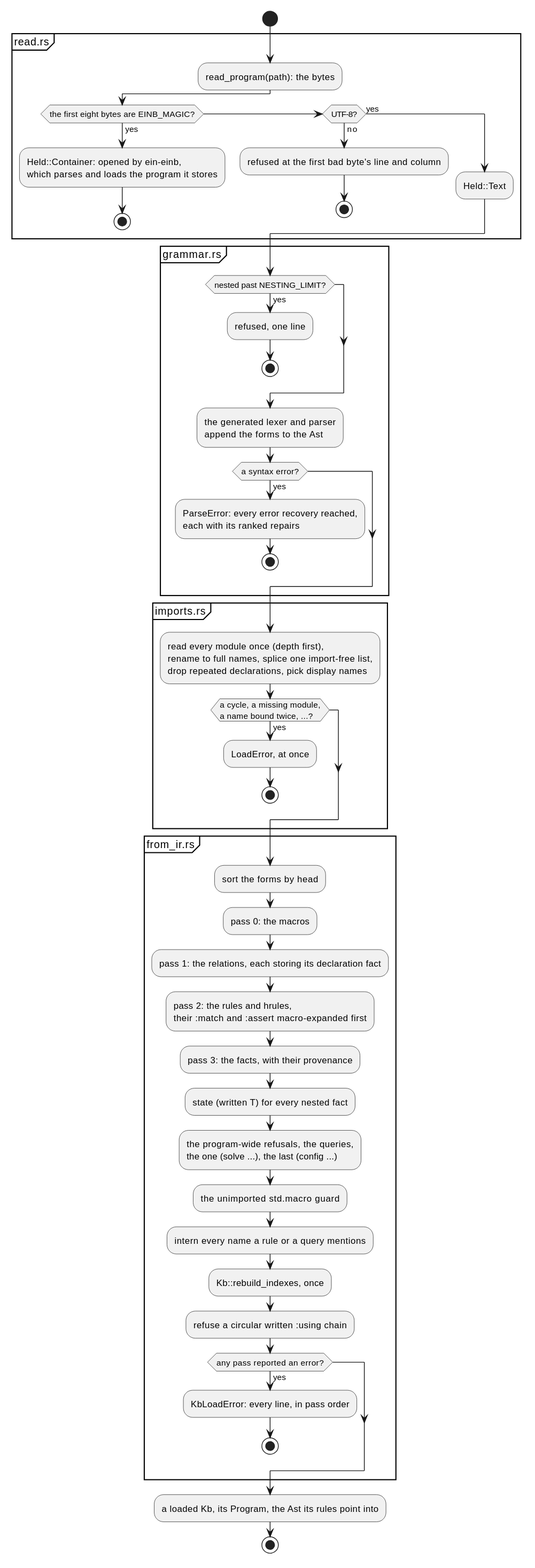
agutikov/ein keeps this PlantUML diagram as docs/ein/ein.rs/03-design/diagrams/04-load-path.svg. Above is the earlier version. Its source is kept beside it as docs/ein/ein.rs/03-design/diagrams/04-load-path.puml. Source of this version:
```plantuml
@startuml
start
partition "read.rs" {
  :read_program(path): the bytes;
  if (the first eight bytes are EINB_MAGIC?) then (yes)
    :Held::Container: opened by ein-einb,\nwhich parses and loads the program it stores;
    stop
  elseif (UTF-8?) then (no)
    :refused at the first bad byte's line and column;
    stop
  else (yes)
    :Held::Text;
  endif
}
partition "grammar.rs" {
  if (nested past NESTING_LIMIT?) then (yes)
    :refused, one line;
    stop
  endif
  :the generated lexer and parser\nappend the forms to the Ast;
  if (a syntax error?) then (yes)
    :ParseError: every error recovery reached,\neach with its ranked repairs;
    stop
  endif
}
partition "imports.rs" {
  :read every module once (depth first),\nrename to full names, splice one import-free list,\ndrop repeated declarations, pick display names;
  if (a cycle, a missing module,\na name bound twice, ...?) then (yes)
    :LoadError, at once;
    stop
  endif
}
partition "from_ir.rs" {
  :sort the forms by head;
  :pass 0: the macros;
  :pass 1: the relations, each storing its declaration fact;
  :pass 2: the rules and hrules,\ntheir :match and :assert macro-expanded first;
  :pass 3: the facts, with their provenance;
  :state (written T) for every nested fact;
  :the program-wide refusals, the queries,\nthe one (solve ...), the last (config ...);
  :the unimported std.macro guard;
  :intern every name a rule or a query mentions;
  :Kb::rebuild_indexes, once;
  :refuse a circular written :using chain;
  if (any pass reported an error?) then (yes)
    :KbLoadError: every line, in pass order;
    stop
  endif
}
:a loaded Kb, its Program, the Ast its rules point into;
stop
@enduml
```
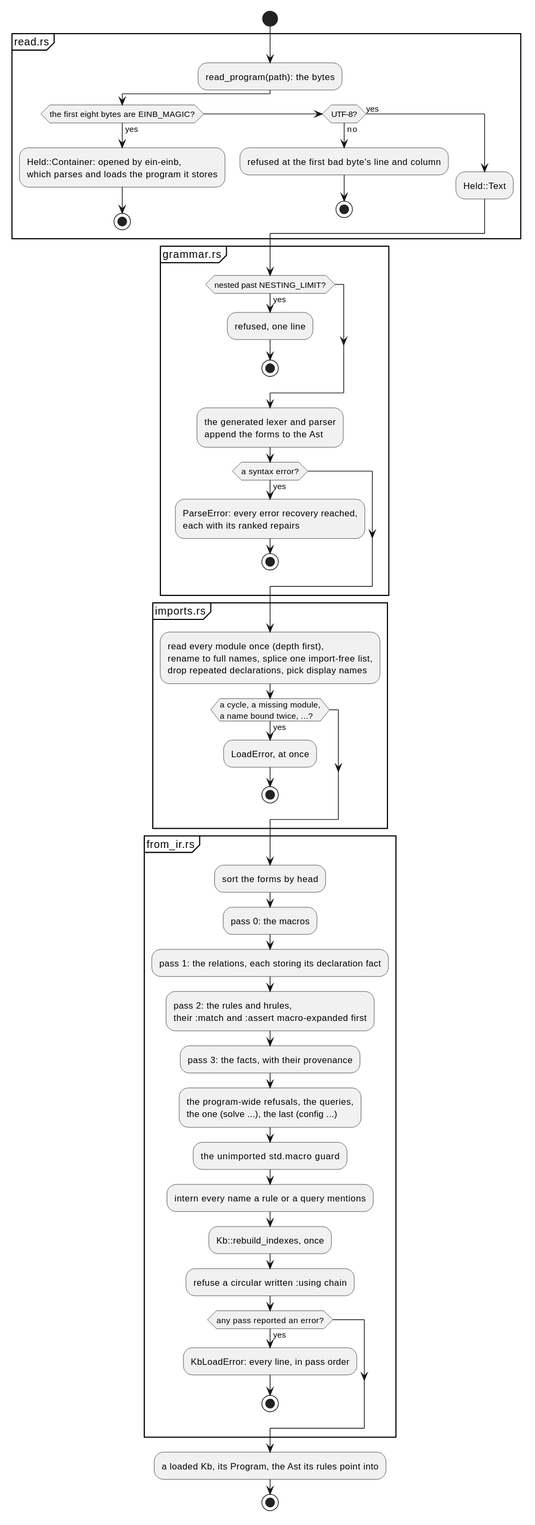
After the commit.

Change to the diagram source:
```diff
@@ -36,7 +36,6 @@
   :pass 1: the relations, each storing its declaration fact;
   :pass 2: the rules and hrules,\ntheir :match and :assert macro-expanded first;
   :pass 3: the facts, with their provenance;
-  :state (written T) for every nested fact;
   :the program-wide refusals, the queries,\nthe one (solve ...), the last (config ...);
   :the unimported std.macro guard;
   :intern every name a rule or a query mentions;
```
